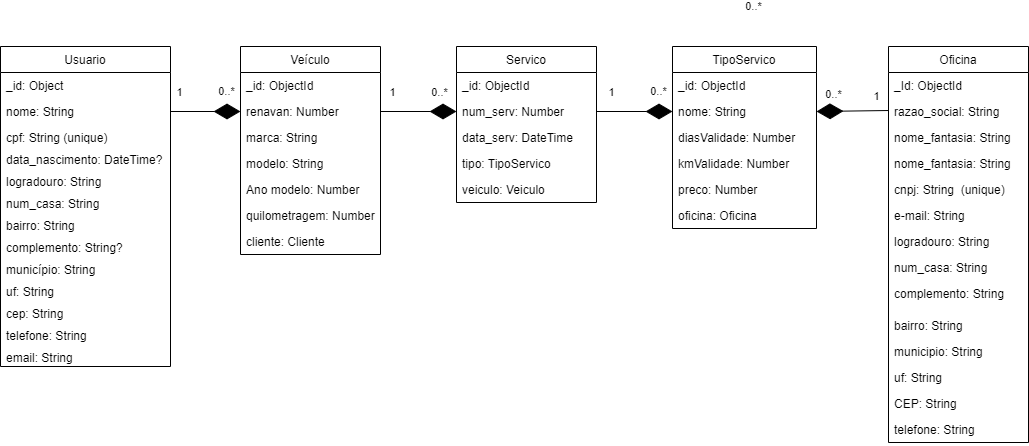
FatecFranca/DSM-G03-PI3-2024-2 keeps this draw.io diagram as docs/NoAM.png. Above is the earlier version. Source tidied: cells renumbered, new cells last; positions are measured from the earlier drawing's top-left corner, leaving out a move shared by most shapes.
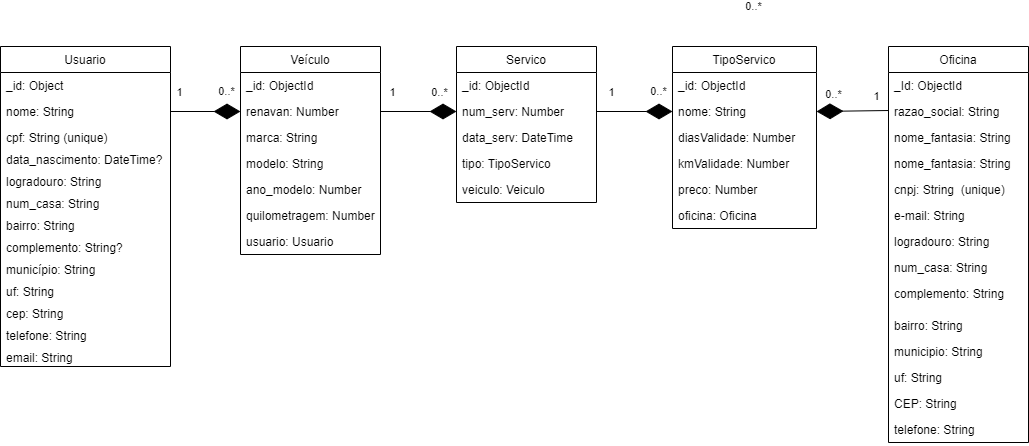
Above is the later version.

Commit message:
(03/10) Alteração do drawio e término do schema.prisma

The edit, as a diff of the source:
```diff
@@ -145,13 +145,13 @@
     <mxCell id="46" value="modelo: String" style="text;strokeColor=none;fillColor=none;align=left;verticalAlign=top;spacingLeft=4;spacingRight=4;overflow=hidden;" parent="42" vertex="1">
       <mxGeometry y="104" width="140" height="26" as="geometry" />
     </mxCell>
-    <mxCell id="47" value="Ano modelo: Number" style="text;strokeColor=none;fillColor=none;align=left;verticalAlign=top;spacingLeft=4;spacingRight=4;overflow=hidden;" parent="42" vertex="1">
+    <mxCell id="47" value="ano_modelo: Number" style="text;strokeColor=none;fillColor=none;align=left;verticalAlign=top;spacingLeft=4;spacingRight=4;overflow=hidden;" parent="42" vertex="1">
       <mxGeometry y="130" width="140" height="26" as="geometry" />
     </mxCell>
     <mxCell id="48" value="quilometragem: Number" style="text;strokeColor=none;fillColor=none;align=left;verticalAlign=top;spacingLeft=4;spacingRight=4;overflow=hidden;" parent="42" vertex="1">
       <mxGeometry y="156" width="140" height="26" as="geometry" />
     </mxCell>
-    <mxCell id="49" value="cliente: Cliente" style="text;strokeColor=none;fillColor=none;align=left;verticalAlign=top;spacingLeft=4;spacingRight=4;overflow=hidden;" parent="42" vertex="1">
+    <mxCell id="49" value="usuario: Usuario" style="text;strokeColor=none;fillColor=none;align=left;verticalAlign=top;spacingLeft=4;spacingRight=4;overflow=hidden;" parent="42" vertex="1">
       <mxGeometry y="182" width="140" height="26" as="geometry" />
     </mxCell>
     <mxCell id="50" value="Servico" style="swimlane;fontStyle=0;horizontal=1;startSize=26;fillColor=none;" parent="1" vertex="1">
```
